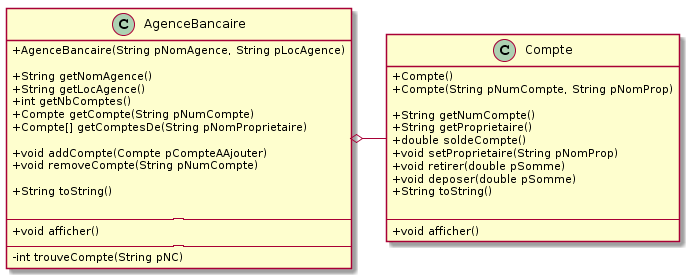
The PlantUML diagram POO/images/plantuml/tp4-AG-Compte.png in IUT-Blagnac/POO, before a commit.
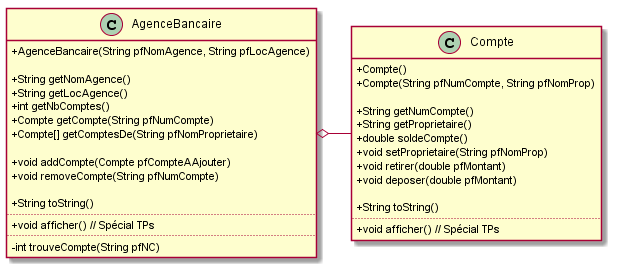
Later version of the same file.

Change to the diagram source:
```diff
@@ -2,40 +2,40 @@
 skinparam classAttributeIconSize 0
 
 class AgenceBancaire {
-	+ AgenceBancaire(String pNomAgence, String pLocAgence)
+	+ AgenceBancaire(String pfNomAgence, String pfLocAgence)
 
 	+ String getNomAgence()
 	+ String getLocAgence()
 	+ int getNbComptes()
-	+ Compte getCompte(String pNumCompte)
-	+ Compte[] getComptesDe(String pNomProprietaire)
+	+ Compte getCompte(String pfNumCompte)
+	+ Compte[] getComptesDe(String pfNomProprietaire)
 
-	+ void addCompte(Compte pCompteAAjouter)
-	+ void removeCompte(String pNumCompte)
+	+ void addCompte(Compte pfCompteAAjouter)
+	+ void removeCompte(String pfNumCompte)
 
 	+ String toString()
-
-	--------
-	+ void afficher()
-	--------
-	- int trouveCompte(String pNC)
+....
+	+ void afficher() // Spécial TPs
+....
+	- int trouveCompte(String pfNC)
 }
 
 class Compte {
 	+ Compte()
-	+ Compte(String pNumCompte, String pNomProp)
+	+ Compte(String pfNumCompte, String pfNomProp)
 
 	+ String getNumCompte()
 	+ String getProprietaire()
 	+ double soldeCompte()
-	+ void setProprietaire(String pNomProp)
-	+ void retirer(double pSomme)
-	+ void deposer(double pSomme)
+	+ void setProprietaire(String pfNomProp)
+	+ void retirer(double pfMontant)
+	+ void deposer(double pfMontant)
+
 	+ String toString()
-
-	--------
-	+ void afficher()
+....
+	+ void afficher() // Spécial TPs
 }
 
 AgenceBancaire o- Compte
+
 @enduml
```
